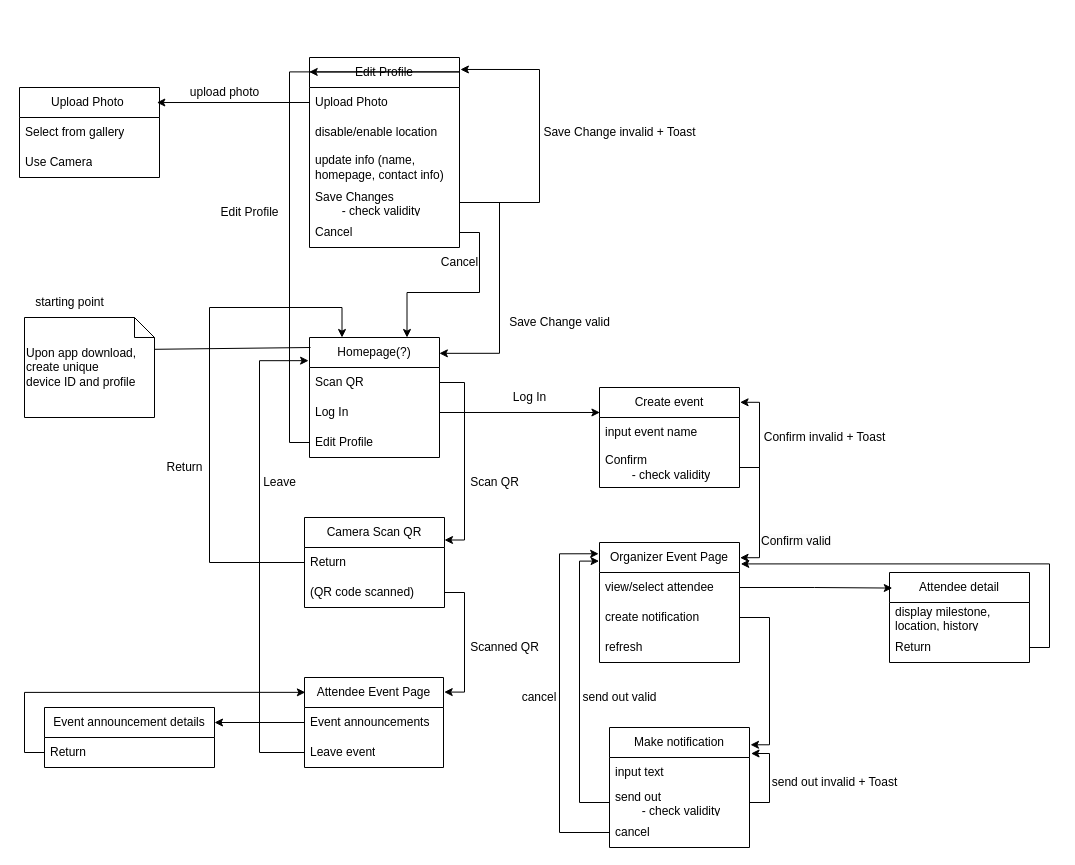
Earlier version of the draw.io diagram Sequences.drawio (CMPUT301W24T20/Lins-Second-Strongest-Students). Source tidied: cells renumbered, new cells numbered last; positions are measured from the earlier drawing's top-left corner, leaving out a move shared by most shapes. Both pictures are drawn from the tidied source at 100%, with x=0, y=0 at pixel (19, 57).
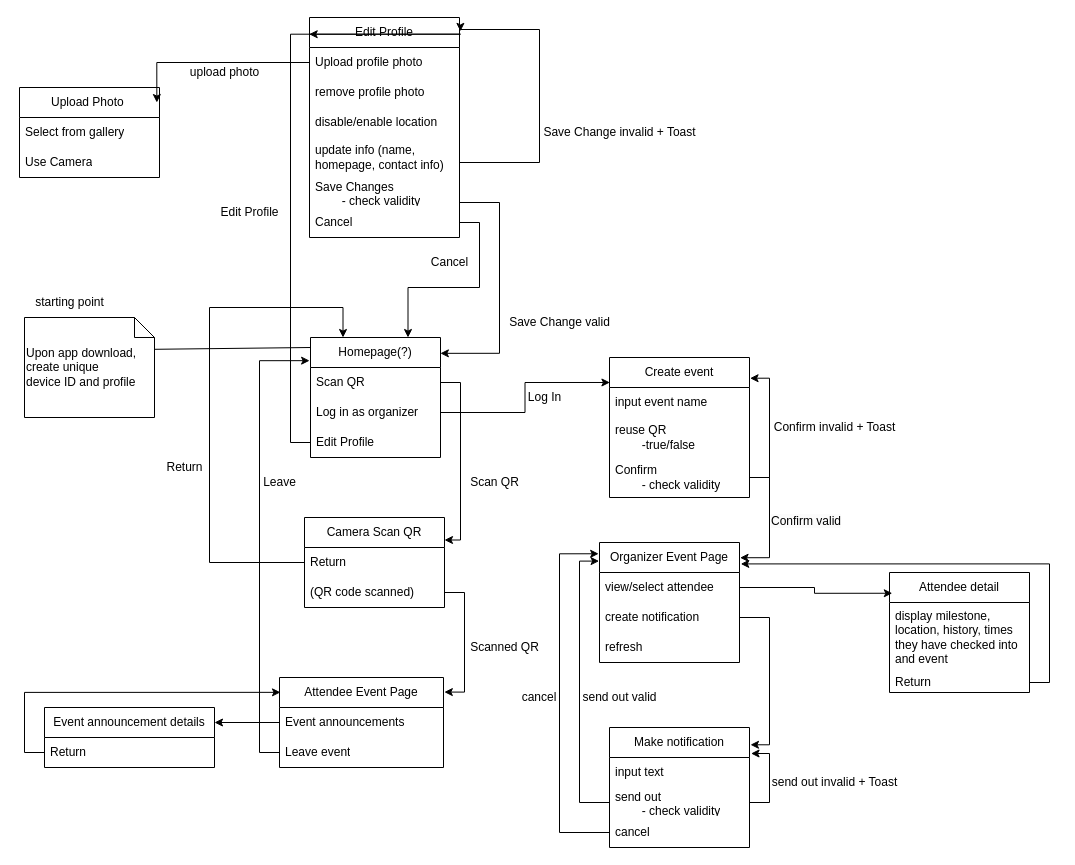
Above is the later version.

The change refers to these unchanged cells:
```xml
<mxCell id="47" value="Organizer Event Page" style="swimlane;fontStyle=0;horizontal=1;startSize=30;whiteSpace=wrap;html=1;" parent="1" vertex="1">
  <mxGeometry x="580" y="485" width="140" height="120" as="geometry" />
</mxCell>
```

Diff of the diagram source:
```diff
@@
     <mxCell id="2" value="Homepage(?)" style="swimlane;fontStyle=0;horizontal=1;startSize=30;whiteSpace=wrap;html=1;" parent="1" vertex="1">
-      <mxGeometry x="290" y="280" width="130" height="120" as="geometry" />
+      <mxGeometry x="291" y="280" width="130" height="120" as="geometry" />
     </mxCell>
@@
-    <mxCell id="4" value="Log In" style="text;strokeColor=none;fillColor=none;align=left;verticalAlign=middle;spacingLeft=4;spacingRight=4;overflow=hidden;points=[[0,0.5],[1,0.5]];portConstraint=eastwest;whiteSpace=wrap;html=1;" parent="2" vertex="1">
+    <mxCell id="4" value="Log in as organizer" style="text;strokeColor=none;fillColor=none;align=left;verticalAlign=middle;spacingLeft=4;spacingRight=4;overflow=hidden;points=[[0,0.5],[1,0.5]];portConstraint=eastwest;whiteSpace=wrap;html=1;" parent="2" vertex="1">
       <mxGeometry y="60" width="130" height="30" as="geometry" />
     </mxCell>
@@
     <mxCell id="6" value="Edit Profile" style="swimlane;fontStyle=0;horizontal=1;startSize=30;whiteSpace=wrap;html=1;" parent="1" vertex="1">
-      <mxGeometry x="290" width="150" height="190" as="geometry" />
+      <mxGeometry x="290" y="-40" width="150" height="220" as="geometry" />
     </mxCell>
-    <mxCell id="7" value="Upload Photo" style="text;strokeColor=none;fillColor=none;align=left;verticalAlign=middle;spacingLeft=4;spacingRight=4;overflow=hidden;points=[[0,0.5],[1,0.5]];portConstraint=eastwest;whiteSpace=wrap;html=1;" parent="6" vertex="1">
+    <mxCell id="7" value="Upload profile photo" style="text;strokeColor=none;fillColor=none;align=left;verticalAlign=middle;spacingLeft=4;spacingRight=4;overflow=hidden;points=[[0,0.5],[1,0.5]];portConstraint=eastwest;whiteSpace=wrap;html=1;" parent="6" vertex="1">
       <mxGeometry y="30" width="150" height="30" as="geometry" />
     </mxCell>
+    <mxCell id="75" value="remove profile photo" style="text;strokeColor=none;fillColor=none;align=left;verticalAlign=middle;spacingLeft=4;spacingRight=4;overflow=hidden;whiteSpace=wrap;html=1;" parent="6" vertex="1">
+      <mxGeometry y="60" width="150" height="30" as="geometry" />
+    </mxCell>
     <mxCell id="8" value="disable/enable location" style="text;strokeColor=none;fillColor=none;align=left;verticalAlign=middle;spacingLeft=4;spacingRight=4;overflow=hidden;whiteSpace=wrap;html=1;" parent="6" vertex="1">
-      <mxGeometry y="60" width="150" height="30" as="geometry" />
+      <mxGeometry y="90" width="150" height="30" as="geometry" />
     </mxCell>
     <mxCell id="9" value="update info (name, homepage, contact info)" style="text;strokeColor=none;fillColor=none;align=left;verticalAlign=middle;spacingLeft=4;spacingRight=4;overflow=hidden;whiteSpace=wrap;html=1;" parent="6" vertex="1">
-      <mxGeometry y="90" width="150" height="40" as="geometry" />
+      <mxGeometry y="120" width="150" height="40" as="geometry" />
     </mxCell>
     <mxCell id="10" value="Save Changes&lt;br&gt;&lt;span style=&quot;white-space: pre;&quot;&gt;&#9;&lt;/span&gt;- check validity" style="text;strokeColor=none;fillColor=none;align=left;verticalAlign=middle;spacingLeft=4;spacingRight=4;overflow=hidden;points=[[0,0.5],[1,0.5]];portConstraint=eastwest;whiteSpace=wrap;html=1;" parent="6" vertex="1">
-      <mxGeometry y="130" width="150" height="30" as="geometry" />
+      <mxGeometry y="160" width="150" height="30" as="geometry" />
     </mxCell>
     <mxCell id="11" value="Cancel" style="text;strokeColor=none;fillColor=none;align=left;verticalAlign=middle;spacingLeft=4;spacingRight=4;overflow=hidden;points=[[0,0.5],[1,0.5]];portConstraint=eastwest;whiteSpace=wrap;html=1;" parent="6" vertex="1">
-      <mxGeometry y="160" width="150" height="30" as="geometry" />
+      <mxGeometry y="190" width="150" height="30" as="geometry" />
     </mxCell>
@@
     <mxCell id="18" value="Cancel" style="text;html=1;align=center;verticalAlign=middle;strokeColor=none;fillColor=none;" parent="1" vertex="1">
-      <mxGeometry x="410" y="190" width="60" height="30" as="geometry" />
+      <mxGeometry x="400" y="190" width="60" height="30" as="geometry" />
     </mxCell>
@@
     <mxCell id="24" value="upload photo" style="text;html=1;align=center;verticalAlign=middle;strokeColor=none;fillColor=none;" parent="1" vertex="1">
-      <mxGeometry x="160" y="20" width="90" height="30" as="geometry" />
+      <mxGeometry x="160" width="90" height="30" as="geometry" />
     </mxCell>
@@
     <mxCell id="31" value="Attendee Event Page" style="swimlane;fontStyle=0;horizontal=1;startSize=30;whiteSpace=wrap;html=1;" parent="1" vertex="1">
-      <mxGeometry x="285" y="620" width="139" height="90" as="geometry" />
+      <mxGeometry x="260" y="620" width="164" height="90" as="geometry" />
     </mxCell>
     <mxCell id="32" value="Event announcements&amp;nbsp;" style="text;strokeColor=none;fillColor=none;align=left;verticalAlign=middle;spacingLeft=4;spacingRight=4;overflow=hidden;points=[[0,0.5],[1,0.5]];portConstraint=eastwest;whiteSpace=wrap;html=1;" parent="31" vertex="1">
-      <mxGeometry y="30" width="139" height="30" as="geometry" />
+      <mxGeometry y="30" width="164" height="30" as="geometry" />
     </mxCell>
     <mxCell id="33" value="Leave event" style="text;strokeColor=none;fillColor=none;align=left;verticalAlign=middle;spacingLeft=4;spacingRight=4;overflow=hidden;points=[[0,0.5],[1,0.5]];portConstraint=eastwest;whiteSpace=wrap;html=1;" parent="31" vertex="1">
-      <mxGeometry y="60" width="139" height="30" as="geometry" />
+      <mxGeometry y="60" width="164" height="30" as="geometry" />
     </mxCell>
@@
     <mxCell id="40" value="Create event" style="swimlane;fontStyle=0;horizontal=1;startSize=30;whiteSpace=wrap;html=1;" parent="1" vertex="1">
-      <mxGeometry x="580" y="330" width="140" height="100" as="geometry" />
+      <mxGeometry x="590" y="300" width="140" height="140" as="geometry" />
     </mxCell>
@@
-    <mxCell id="42" value="Confirm&lt;br&gt;&lt;span style=&quot;white-space: pre;&quot;&gt;&#9;&lt;/span&gt;- check validity" style="text;strokeColor=none;fillColor=none;align=left;verticalAlign=middle;spacingLeft=4;spacingRight=4;overflow=hidden;points=[[0,0.5],[1,0.5]];portConstraint=eastwest;whiteSpace=wrap;html=1;" parent="40" vertex="1">
+    <mxCell id="42" value="reuse QR&lt;br&gt;&lt;span style=&quot;white-space: pre;&quot;&gt;&#9;&lt;/span&gt;-true/false" style="text;strokeColor=none;fillColor=none;align=left;verticalAlign=middle;spacingLeft=4;spacingRight=4;overflow=hidden;points=[[0,0.5],[1,0.5]];portConstraint=eastwest;whiteSpace=wrap;html=1;" parent="40" vertex="1">
       <mxGeometry y="60" width="140" height="40" as="geometry" />
     </mxCell>
-    <mxCell id="43" style="edgeStyle=orthogonalEdgeStyle;rounded=0;jettySize=auto;html=1;exitX=1;exitY=0.5;exitDx=0;exitDy=0;entryX=1.004;entryY=0.148;entryDx=0;entryDy=0;entryPerimeter=0;" parent="40" edge="1" source="42" target="40">
+    <mxCell id="43" style="edgeStyle=orthogonalEdgeStyle;rounded=0;jettySize=auto;html=1;exitX=1;exitY=0.5;exitDx=0;exitDy=0;entryX=1.004;entryY=0.148;entryDx=0;entryDy=0;entryPerimeter=0;" parent="40" edge="1" source="76" target="40">
       <mxGeometry relative="1" as="geometry" />
     </mxCell>
+    <mxCell id="76" value="Confirm&lt;br&gt;&lt;span style=&quot;white-space: pre;&quot;&gt;&#9;&lt;/span&gt;- check validity" style="text;strokeColor=none;fillColor=none;align=left;verticalAlign=middle;spacingLeft=4;spacingRight=4;overflow=hidden;points=[[0,0.5],[1,0.5]];portConstraint=eastwest;whiteSpace=wrap;html=1;" parent="40" vertex="1">
+      <mxGeometry y="100" width="140" height="40" as="geometry" />
+    </mxCell>
@@
     <mxCell id="46" value="Confirm invalid + Toast" style="text;html=1;align=center;verticalAlign=middle;strokeColor=none;fillColor=none;" parent="1" vertex="1">
-      <mxGeometry x="730" y="365" width="150" height="30" as="geometry" />
+      <mxGeometry x="740" y="355" width="150" height="30" as="geometry" />
     </mxCell>
@@
-    <mxCell id="51" style="edgeStyle=orthogonalEdgeStyle;rounded=0;jettySize=auto;html=1;exitX=1;exitY=0.5;exitDx=0;exitDy=0;entryX=1.004;entryY=0.127;entryDx=0;entryDy=0;entryPerimeter=0;" parent="1" edge="1" source="42" target="47">
+    <mxCell id="51" style="edgeStyle=orthogonalEdgeStyle;rounded=0;jettySize=auto;html=1;exitX=1;exitY=0.5;exitDx=0;exitDy=0;entryX=1.004;entryY=0.127;entryDx=0;entryDy=0;entryPerimeter=0;" parent="1" edge="1" source="76" target="47">
       <mxGeometry relative="1" as="geometry" />
     </mxCell>
     <mxCell id="52" value="&lt;span style=&quot;color: rgb(0, 0, 0); font-family: Helvetica; font-size: 12px; font-style: normal; font-variant-ligatures: normal; font-variant-caps: normal; font-weight: 400; letter-spacing: normal; orphans: 2; text-align: center; text-indent: 0px; text-transform: none; widows: 2; word-spacing: 0px; -webkit-text-stroke-width: 0px; background-color: rgb(251, 251, 251); text-decoration-thickness: initial; text-decoration-style: initial; text-decoration-color: initial; float: none; display: inline !important;&quot;&gt;Confirm valid&lt;/span&gt;" style="text;whiteSpace=wrap;html=1;" parent="1" vertex="1">
-      <mxGeometry x="740" y="470" width="80" height="30" as="geometry" />
+      <mxGeometry x="750" y="450" width="80" height="30" as="geometry" />
     </mxCell>
@@
     <mxCell id="56" value="Log In" style="text;html=1;align=center;verticalAlign=middle;strokeColor=none;fillColor=none;" parent="1" vertex="1">
-      <mxGeometry x="480" y="325" width="60" height="30" as="geometry" />
+      <mxGeometry x="495" y="325" width="60" height="30" as="geometry" />
     </mxCell>
@@
     <mxCell id="58" value="Attendee detail" style="swimlane;fontStyle=0;horizontal=1;startSize=30;whiteSpace=wrap;html=1;" parent="1" vertex="1">
-      <mxGeometry x="870" y="515" width="140" height="90" as="geometry" />
+      <mxGeometry x="870" y="515" width="140" height="120" as="geometry" />
     </mxCell>
-    <mxCell id="59" value="display&amp;nbsp;milestone, location, history" style="text;strokeColor=none;fillColor=none;align=left;verticalAlign=middle;spacingLeft=4;spacingRight=4;overflow=hidden;whiteSpace=wrap;html=1;" parent="58" vertex="1">
-      <mxGeometry y="30" width="140" height="30" as="geometry" />
+    <mxCell id="59" value="display&amp;nbsp;milestone, location, history, times they have checked into and event" style="text;strokeColor=none;fillColor=none;align=left;verticalAlign=middle;spacingLeft=4;spacingRight=4;overflow=hidden;whiteSpace=wrap;html=1;" parent="58" vertex="1">
+      <mxGeometry y="30" width="140" height="70" as="geometry" />
     </mxCell>
     <mxCell id="60" value="Return" style="text;strokeColor=none;fillColor=none;align=left;verticalAlign=middle;spacingLeft=4;spacingRight=4;overflow=hidden;points=[[0,0.5],[1,0.5]];portConstraint=eastwest;whiteSpace=wrap;html=1;" parent="58" vertex="1">
-      <mxGeometry y="60" width="140" height="30" as="geometry" />
+      <mxGeometry y="100" width="140" height="20" as="geometry" />
     </mxCell>
```
